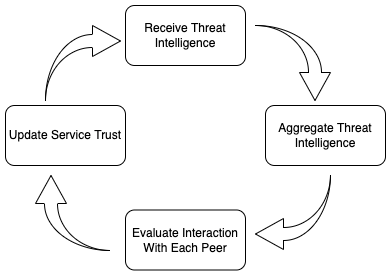
The draw.io diagram thesis/assets/service_trust_diagram.png in LukasForst/fides, before a commit. Source tidied: cells renumbered, new cells last; positions are measured from the earlier drawing's top-left corner, leaving out a move shared by most shapes. Source of this version:
```xml
<mxGraphModel>
  <root>
    <mxCell id="0" />
    <mxCell id="1" parent="0" />
    <mxCell id="2" value="Receive Threat Intelligence" style="rounded=1;whiteSpace=wrap;html=1;" parent="1" vertex="1">
      <mxGeometry x="120" width="120" height="60" as="geometry" />
    </mxCell>
    <mxCell id="3" value="Aggregate Threat Intelligence" style="rounded=1;whiteSpace=wrap;html=1;" parent="1" vertex="1">
      <mxGeometry x="260" y="100" width="120" height="60" as="geometry" />
    </mxCell>
    <mxCell id="4" value="Evaluate Interaction With Each Peer" style="rounded=1;whiteSpace=wrap;html=1;" parent="1" vertex="1">
      <mxGeometry x="120" y="204.5" width="120" height="60" as="geometry" />
    </mxCell>
    <mxCell id="5" value="Update Service Trust" style="rounded=1;whiteSpace=wrap;html=1;" parent="1" vertex="1">
      <mxGeometry y="100" width="120" height="60" as="geometry" />
    </mxCell>
    <mxCell id="6" style="html=1;shadow=0;dashed=0;align=center;verticalAlign=middle;shape=mxgraph.arrows2.jumpInArrow;dy=6.5;dx=28;arrowHead=31;rotation=-90;" parent="1" vertex="1">
      <mxGeometry x="30" y="170" width="75" height="75" as="geometry" />
    </mxCell>
    <mxCell id="7" style="html=1;shadow=0;dashed=0;align=center;verticalAlign=middle;shape=mxgraph.arrows2.jumpInArrow;dy=6.5;dx=28;arrowHead=31;rotation=0;" parent="1" vertex="1">
      <mxGeometry x="40" y="20" width="75" height="75" as="geometry" />
    </mxCell>
    <mxCell id="8" style="html=1;shadow=0;dashed=0;align=center;verticalAlign=middle;shape=mxgraph.arrows2.jumpInArrow;dy=6.5;dx=28;arrowHead=31;rotation=90;" parent="1" vertex="1">
      <mxGeometry x="250" y="20" width="75" height="75" as="geometry" />
    </mxCell>
    <mxCell id="9" style="html=1;shadow=0;dashed=0;align=center;verticalAlign=middle;shape=mxgraph.arrows2.jumpInArrow;dy=6.5;dx=28;arrowHead=31;rotation=-180;" parent="1" vertex="1">
      <mxGeometry x="250" y="169" width="75" height="75" as="geometry" />
    </mxCell>
  </root>
</mxGraphModel>
```
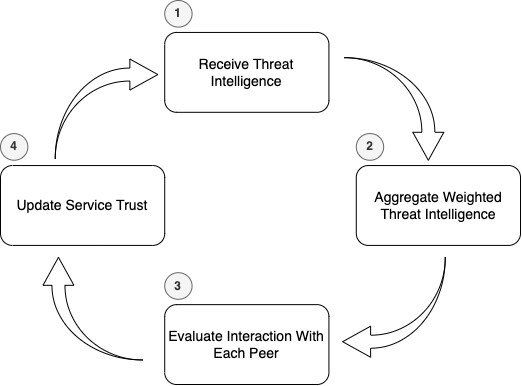
The same file after the commit.

Diff of the diagram source:
```diff
@@ -2,29 +2,44 @@
   <root>
     <mxCell id="0" />
     <mxCell id="1" parent="0" />
-    <mxCell id="2" value="Receive Threat Intelligence" style="rounded=1;whiteSpace=wrap;html=1;" parent="1" vertex="1">
-      <mxGeometry x="120" width="120" height="60" as="geometry" />
+    <mxCell id="2" style="group;fontSize=14;" parent="1" vertex="1">
+      <mxGeometry x="120" width="520" height="384" as="geometry" />
     </mxCell>
-    <mxCell id="3" value="Aggregate Threat Intelligence" style="rounded=1;whiteSpace=wrap;html=1;" parent="1" vertex="1">
-      <mxGeometry x="260" y="100" width="120" height="60" as="geometry" />
+    <mxCell id="3" value="Receive Threat Intelligence" style="rounded=1;whiteSpace=wrap;html=1;fontSize=14;" parent="2" vertex="1">
+      <mxGeometry x="164.2" y="31.9" width="164.2" height="79.9" as="geometry" />
     </mxCell>
-    <mxCell id="4" value="Evaluate Interaction With Each Peer" style="rounded=1;whiteSpace=wrap;html=1;" parent="1" vertex="1">
-      <mxGeometry x="120" y="204.5" width="120" height="60" as="geometry" />
+    <mxCell id="4" value="Aggregate Weighted Threat Intelligence" style="rounded=1;whiteSpace=wrap;html=1;fontSize=14;" parent="2" vertex="1">
+      <mxGeometry x="355.8" y="165" width="164.2" height="79.9" as="geometry" />
     </mxCell>
-    <mxCell id="5" value="Update Service Trust" style="rounded=1;whiteSpace=wrap;html=1;" parent="1" vertex="1">
-      <mxGeometry y="100" width="120" height="60" as="geometry" />
+    <mxCell id="5" value="Evaluate Interaction With Each Peer" style="rounded=1;whiteSpace=wrap;html=1;fontSize=14;" parent="2" vertex="1">
+      <mxGeometry x="164.2" y="304.1" width="164.2" height="79.9" as="geometry" />
     </mxCell>
-    <mxCell id="6" style="html=1;shadow=0;dashed=0;align=center;verticalAlign=middle;shape=mxgraph.arrows2.jumpInArrow;dy=6.5;dx=28;arrowHead=31;rotation=-90;" parent="1" vertex="1">
-      <mxGeometry x="30" y="170" width="75" height="75" as="geometry" />
+    <mxCell id="6" value="Update Service Trust" style="rounded=1;whiteSpace=wrap;html=1;fontSize=14;" parent="2" vertex="1">
+      <mxGeometry y="165" width="164.2" height="79.9" as="geometry" />
     </mxCell>
-    <mxCell id="7" style="html=1;shadow=0;dashed=0;align=center;verticalAlign=middle;shape=mxgraph.arrows2.jumpInArrow;dy=6.5;dx=28;arrowHead=31;rotation=0;" parent="1" vertex="1">
-      <mxGeometry x="40" y="20" width="75" height="75" as="geometry" />
+    <mxCell id="7" style="html=1;shadow=0;dashed=0;align=center;verticalAlign=middle;shape=mxgraph.arrows2.jumpInArrow;dy=6.5;dx=28;arrowHead=31;rotation=-90;" parent="2" vertex="1">
+      <mxGeometry x="41.1" y="258.2" width="102.6" height="99.8" as="geometry" />
     </mxCell>
-    <mxCell id="8" style="html=1;shadow=0;dashed=0;align=center;verticalAlign=middle;shape=mxgraph.arrows2.jumpInArrow;dy=6.5;dx=28;arrowHead=31;rotation=90;" parent="1" vertex="1">
-      <mxGeometry x="250" y="20" width="75" height="75" as="geometry" />
+    <mxCell id="8" style="html=1;shadow=0;dashed=0;align=center;verticalAlign=middle;shape=mxgraph.arrows2.jumpInArrow;dy=6.5;dx=28;arrowHead=31;rotation=0;" parent="2" vertex="1">
+      <mxGeometry x="54.7" y="58.6" width="102.6" height="99.8" as="geometry" />
     </mxCell>
-    <mxCell id="9" style="html=1;shadow=0;dashed=0;align=center;verticalAlign=middle;shape=mxgraph.arrows2.jumpInArrow;dy=6.5;dx=28;arrowHead=31;rotation=-180;" parent="1" vertex="1">
-      <mxGeometry x="250" y="169" width="75" height="75" as="geometry" />
+    <mxCell id="9" style="html=1;shadow=0;dashed=0;align=center;verticalAlign=middle;shape=mxgraph.arrows2.jumpInArrow;dy=6.5;dx=28;arrowHead=31;rotation=90;" parent="2" vertex="1">
+      <mxGeometry x="342.1" y="58.6" width="102.6" height="99.8" as="geometry" />
     </mxCell>
+    <mxCell id="10" style="html=1;shadow=0;dashed=0;align=center;verticalAlign=middle;shape=mxgraph.arrows2.jumpInArrow;dy=6.5;dx=28;arrowHead=31;rotation=-180;" parent="2" vertex="1">
+      <mxGeometry x="342.1" y="256.9" width="102.6" height="99.8" as="geometry" />
+    </mxCell>
+    <mxCell id="11" value="1" style="text;html=1;strokeColor=#666666;fillColor=#f5f5f5;align=center;verticalAlign=middle;whiteSpace=wrap;rounded=1;fontStyle=1;glass=0;perimeterSpacing=5;arcSize=100;fontColor=#333333;perimeter=ellipsePerimeter;strokeOpacity=100;fillOpacity=100;imageHeight=50;" parent="2" vertex="1">
+      <mxGeometry x="164.2" width="27.4" height="26.6" as="geometry" />
+    </mxCell>
+    <mxCell id="12" value="2" style="text;html=1;strokeColor=#666666;fillColor=#f5f5f5;align=center;verticalAlign=middle;whiteSpace=wrap;rounded=1;fontStyle=1;glass=0;perimeterSpacing=5;arcSize=50;fontColor=#333333;perimeter=ellipsePerimeter;strokeOpacity=100;fillOpacity=100;imageHeight=50;" parent="2" vertex="1">
+      <mxGeometry x="355.8" y="133.1" width="27.4" height="26.6" as="geometry" />
+    </mxCell>
+    <mxCell id="13" value="3" style="text;html=1;strokeColor=#666666;fillColor=#f5f5f5;align=center;verticalAlign=middle;whiteSpace=wrap;rounded=1;fontStyle=1;glass=0;perimeterSpacing=5;arcSize=100;fontColor=#333333;perimeter=ellipsePerimeter;strokeOpacity=100;fillOpacity=100;imageHeight=50;" parent="2" vertex="1">
+      <mxGeometry x="164.2" y="272.2" width="27.4" height="26.6" as="geometry" />
+    </mxCell>
+    <mxCell id="14" value="4" style="text;html=1;strokeColor=#666666;fillColor=#f5f5f5;align=center;verticalAlign=middle;whiteSpace=wrap;rounded=1;fontStyle=1;glass=0;perimeterSpacing=5;arcSize=100;fontColor=#333333;perimeter=ellipsePerimeter;strokeOpacity=100;fillOpacity=100;imageHeight=50;" parent="2" vertex="1">
+      <mxGeometry y="133.1" width="27.4" height="26.6" as="geometry" />
+    </mxCell>
   </root>
 </mxGraphModel>
```
